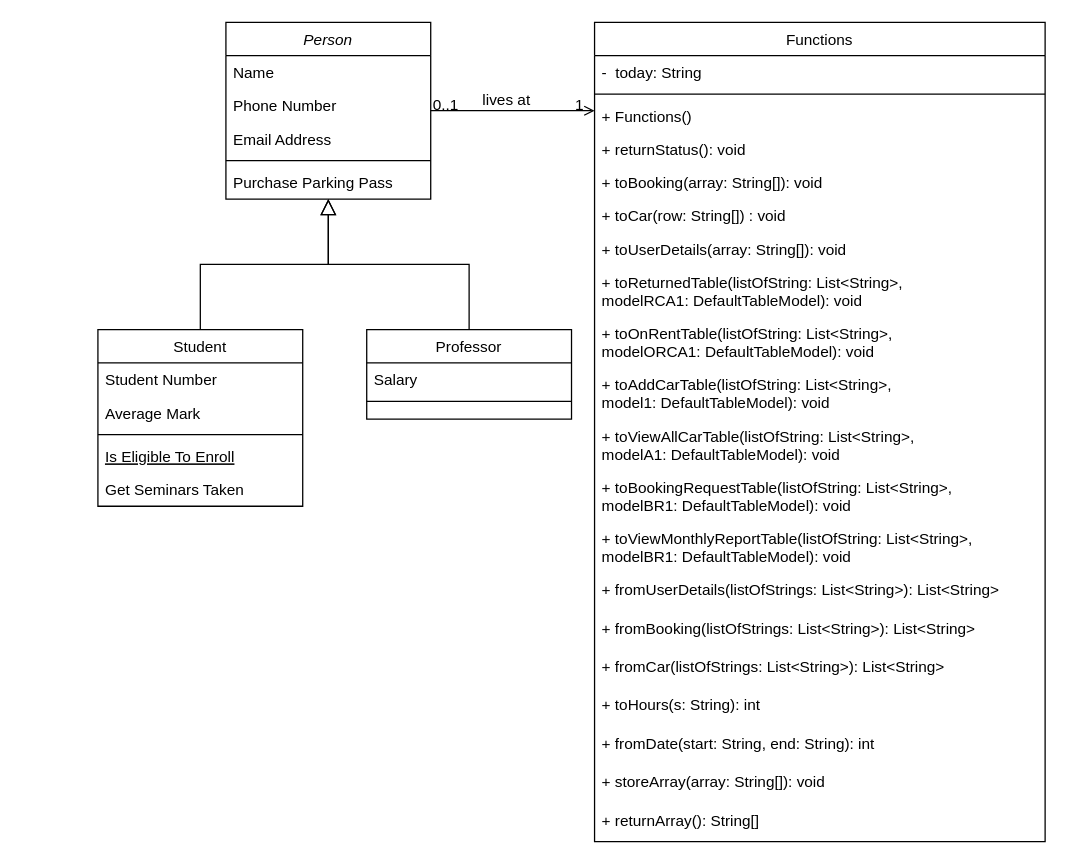
theblurone0329/Car_Rental_System keeps this draw.io diagram as Class Diagram.drawio. Above is the earlier version. Source tidied: cells renumbered, new cells numbered last; positions are measured from the earlier drawing's top-left corner, leaving out a move shared by most shapes. Both pictures are drawn from the tidied source at 128%, with x=0, y=0 at pixel (97, 22).
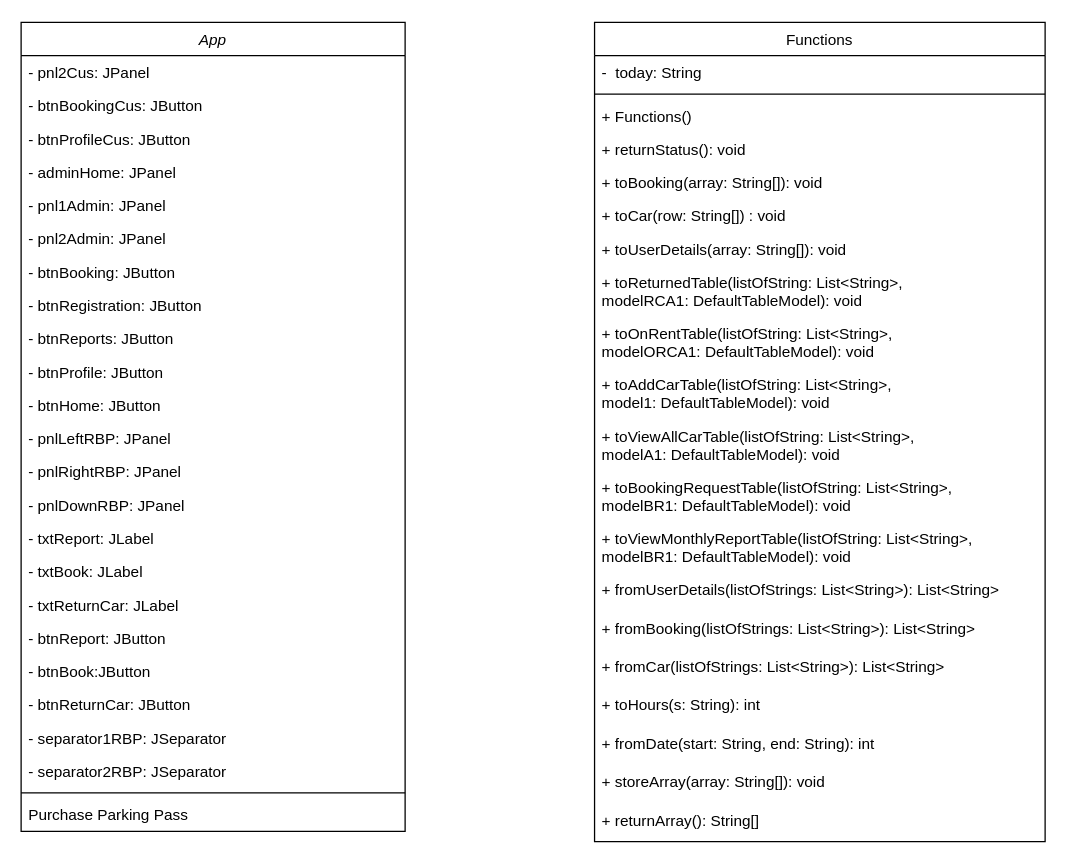
The same page after the edit.

Unchanged cells that the change refers to:
```xml
<mxCell id="19" value="Functions" style="swimlane;fontStyle=0;align=center;verticalAlign=top;horizontal=1;startSize=26;rounded=0;shadow=0;strokeWidth=1;" parent="1" vertex="1">
  <mxGeometry x="388" width="352" height="640" as="geometry" />
</mxCell>
```

Change to the diagram source:
```diff
@@
-    <mxCell id="2" value="Person" style="swimlane;fontStyle=2;align=center;verticalAlign=top;horizontal=1;startSize=26;rounded=0;shadow=0;strokeWidth=1;" parent="1" vertex="1">
-      <mxGeometry x="100" width="160" height="138" as="geometry" />
+    <mxCell id="2" value="App" style="swimlane;fontStyle=2;align=center;verticalAlign=top;horizontal=1;startSize=26;rounded=0;shadow=0;strokeWidth=1;" parent="1" vertex="1">
+      <mxGeometry x="-60" width="300" height="632" as="geometry" />
     </mxCell>
-    <mxCell id="3" value="Name" style="text;align=left;verticalAlign=top;spacingLeft=4;spacingRight=4;overflow=hidden;" parent="2" vertex="1">
-      <mxGeometry y="26" width="160" height="26" as="geometry" />
+    <mxCell id="3" value="- pnl2Cus: JPanel" style="text;align=left;verticalAlign=top;spacingLeft=4;spacingRight=4;overflow=hidden;" parent="2" vertex="1">
+      <mxGeometry y="26" width="300" height="26" as="geometry" />
     </mxCell>
-    <mxCell id="4" value="Phone Number" style="text;align=left;verticalAlign=top;spacingLeft=4;spacingRight=4;overflow=hidden;rounded=0;shadow=0;html=0;" parent="2" vertex="1">
-      <mxGeometry y="52" width="160" height="26" as="geometry" />
+    <mxCell id="4" value="- btnBookingCus: JButton" style="text;align=left;verticalAlign=top;spacingLeft=4;spacingRight=4;overflow=hidden;rounded=0;shadow=0;html=0;" parent="2" vertex="1">
+      <mxGeometry y="52" width="300" height="26" as="geometry" />
     </mxCell>
-    <mxCell id="5" value="Email Address" style="text;align=left;verticalAlign=top;spacingLeft=4;spacingRight=4;overflow=hidden;rounded=0;shadow=0;html=0;" parent="2" vertex="1">
-      <mxGeometry y="78" width="160" height="26" as="geometry" />
+    <mxCell id="5" value="- btnProfileCus: JButton" style="text;align=left;verticalAlign=top;spacingLeft=4;spacingRight=4;overflow=hidden;rounded=0;shadow=0;html=0;" parent="2" vertex="1">
+      <mxGeometry y="78" width="300" height="26" as="geometry" />
     </mxCell>
+    <mxCell id="44" value="- adminHome: JPanel" style="text;align=left;verticalAlign=top;spacingLeft=4;spacingRight=4;overflow=hidden;rounded=0;shadow=0;html=0;" parent="2" vertex="1">
+      <mxGeometry y="104" width="300" height="26" as="geometry" />
+    </mxCell>
+    <mxCell id="45" value="- pnl1Admin: JPanel" style="text;align=left;verticalAlign=top;spacingLeft=4;spacingRight=4;overflow=hidden;rounded=0;shadow=0;html=0;" parent="2" vertex="1">
+      <mxGeometry y="130" width="300" height="26" as="geometry" />
+    </mxCell>
+    <mxCell id="46" value="- pnl2Admin: JPanel" style="text;align=left;verticalAlign=top;spacingLeft=4;spacingRight=4;overflow=hidden;rounded=0;shadow=0;html=0;" parent="2" vertex="1">
+      <mxGeometry y="156" width="300" height="26" as="geometry" />
+    </mxCell>
+    <mxCell id="47" value="- btnBooking: JButton" style="text;align=left;verticalAlign=top;spacingLeft=4;spacingRight=4;overflow=hidden;rounded=0;shadow=0;html=0;" parent="2" vertex="1">
+      <mxGeometry y="182" width="300" height="26" as="geometry" />
+    </mxCell>
+    <mxCell id="48" value="- btnRegistration: JButton" style="text;align=left;verticalAlign=top;spacingLeft=4;spacingRight=4;overflow=hidden;rounded=0;shadow=0;html=0;" parent="2" vertex="1">
+      <mxGeometry y="208" width="300" height="26" as="geometry" />
+    </mxCell>
+    <mxCell id="49" value="- btnReports: JButton" style="text;align=left;verticalAlign=top;spacingLeft=4;spacingRight=4;overflow=hidden;rounded=0;shadow=0;html=0;" parent="2" vertex="1">
+      <mxGeometry y="234" width="300" height="26" as="geometry" />
+    </mxCell>
+    <mxCell id="50" value="- btnProfile: JButton" style="text;align=left;verticalAlign=top;spacingLeft=4;spacingRight=4;overflow=hidden;rounded=0;shadow=0;html=0;" parent="2" vertex="1">
+      <mxGeometry y="260" width="300" height="26" as="geometry" />
+    </mxCell>
+    <mxCell id="51" value="- btnHome: JButton" style="text;align=left;verticalAlign=top;spacingLeft=4;spacingRight=4;overflow=hidden;rounded=0;shadow=0;html=0;" parent="2" vertex="1">
+      <mxGeometry y="286" width="300" height="26" as="geometry" />
+    </mxCell>
+    <mxCell id="52" value="- pnlLeftRBP: JPanel" style="text;align=left;verticalAlign=top;spacingLeft=4;spacingRight=4;overflow=hidden;rounded=0;shadow=0;html=0;" parent="2" vertex="1">
+      <mxGeometry y="312" width="300" height="26" as="geometry" />
+    </mxCell>
+    <mxCell id="53" value="- pnlRightRBP: JPanel" style="text;align=left;verticalAlign=top;spacingLeft=4;spacingRight=4;overflow=hidden;rounded=0;shadow=0;html=0;" parent="2" vertex="1">
+      <mxGeometry y="338" width="300" height="26" as="geometry" />
+    </mxCell>
+    <mxCell id="54" value="- pnlDownRBP: JPanel" style="text;align=left;verticalAlign=top;spacingLeft=4;spacingRight=4;overflow=hidden;rounded=0;shadow=0;html=0;" parent="2" vertex="1">
+      <mxGeometry y="364" width="300" height="26" as="geometry" />
+    </mxCell>
+    <mxCell id="55" value="- txtReport: JLabel" style="text;align=left;verticalAlign=top;spacingLeft=4;spacingRight=4;overflow=hidden;rounded=0;shadow=0;html=0;" parent="2" vertex="1">
+      <mxGeometry y="390" width="300" height="26" as="geometry" />
+    </mxCell>
+    <mxCell id="56" value="- txtBook: JLabel" style="text;align=left;verticalAlign=top;spacingLeft=4;spacingRight=4;overflow=hidden;rounded=0;shadow=0;html=0;" parent="2" vertex="1">
+      <mxGeometry y="416" width="300" height="26" as="geometry" />
+    </mxCell>
+    <mxCell id="57" value="- txtReturnCar: JLabel" style="text;align=left;verticalAlign=top;spacingLeft=4;spacingRight=4;overflow=hidden;rounded=0;shadow=0;html=0;" parent="2" vertex="1">
+      <mxGeometry y="442" width="300" height="26" as="geometry" />
+    </mxCell>
+    <mxCell id="58" value="- btnReport: JButton" style="text;align=left;verticalAlign=top;spacingLeft=4;spacingRight=4;overflow=hidden;rounded=0;shadow=0;html=0;" parent="2" vertex="1">
+      <mxGeometry y="468" width="300" height="26" as="geometry" />
+    </mxCell>
+    <mxCell id="59" value="- btnBook:JButton" style="text;align=left;verticalAlign=top;spacingLeft=4;spacingRight=4;overflow=hidden;rounded=0;shadow=0;html=0;" parent="2" vertex="1">
+      <mxGeometry y="494" width="300" height="26" as="geometry" />
+    </mxCell>
+    <mxCell id="60" value="- btnReturnCar: JButton" style="text;align=left;verticalAlign=top;spacingLeft=4;spacingRight=4;overflow=hidden;rounded=0;shadow=0;html=0;" parent="2" vertex="1">
+      <mxGeometry y="520" width="300" height="26" as="geometry" />
+    </mxCell>
+    <mxCell id="61" value="- separator1RBP: JSeparator" style="text;align=left;verticalAlign=top;spacingLeft=4;spacingRight=4;overflow=hidden;rounded=0;shadow=0;html=0;" parent="2" vertex="1">
+      <mxGeometry y="546" width="300" height="26" as="geometry" />
+    </mxCell>
+    <mxCell id="62" value="- separator2RBP: JSeparator" style="text;align=left;verticalAlign=top;spacingLeft=4;spacingRight=4;overflow=hidden;rounded=0;shadow=0;html=0;" parent="2" vertex="1">
+      <mxGeometry y="572" width="300" height="26" as="geometry" />
+    </mxCell>
     <mxCell id="6" style="line;html=1;strokeWidth=1;align=left;verticalAlign=middle;spacingTop=-1;spacingLeft=3;spacingRight=3;labelPosition=right;" parent="2" vertex="1">
-      <mxGeometry y="104" width="160" height="8" as="geometry" />
+      <mxGeometry y="598" width="300" height="8" as="geometry" />
     </mxCell>
     <mxCell id="7" value="Purchase Parking Pass" style="text;align=left;verticalAlign=top;spacingLeft=4;spacingRight=4;overflow=hidden;" parent="2" vertex="1">
-      <mxGeometry y="112" width="160" height="26" as="geometry" />
+      <mxGeometry y="606" width="300" height="26" as="geometry" />
     </mxCell>
-    <mxCell id="8" value="Student" style="swimlane;fontStyle=0;align=center;verticalAlign=top;horizontal=1;startSize=26;rounded=0;shadow=0;strokeWidth=1;" parent="1" vertex="1">
-      <mxGeometry y="240" width="160" height="138" as="geometry" />
-    </mxCell>
-    <mxCell id="9" value="Student Number" style="text;align=left;verticalAlign=top;spacingLeft=4;spacingRight=4;overflow=hidden;" parent="8" vertex="1">
-      <mxGeometry y="26" width="160" height="26" as="geometry" />
-    </mxCell>
-    <mxCell id="10" value="Average Mark" style="text;align=left;verticalAlign=top;spacingLeft=4;spacingRight=4;overflow=hidden;rounded=0;shadow=0;html=0;" parent="8" vertex="1">
-      <mxGeometry y="52" width="160" height="26" as="geometry" />
-    </mxCell>
-    <mxCell id="11" style="line;html=1;strokeWidth=1;align=left;verticalAlign=middle;spacingTop=-1;spacingLeft=3;spacingRight=3;labelPosition=right;" parent="8" vertex="1">
-      <mxGeometry y="78" width="160" height="8" as="geometry" />
-    </mxCell>
-    <mxCell id="12" value="Is Eligible To Enroll" style="text;align=left;verticalAlign=top;spacingLeft=4;spacingRight=4;overflow=hidden;fontStyle=4;" parent="8" vertex="1">
-      <mxGeometry y="86" width="160" height="26" as="geometry" />
-    </mxCell>
-    <mxCell id="13" value="Get Seminars Taken" style="text;align=left;verticalAlign=top;spacingLeft=4;spacingRight=4;overflow=hidden;" parent="8" vertex="1">
-      <mxGeometry y="112" width="160" height="26" as="geometry" />
-    </mxCell>
-    <mxCell id="14" style="endArrow=block;endSize=10;endFill=0;shadow=0;strokeWidth=1;rounded=0;edgeStyle=elbowEdgeStyle;elbow=vertical;" parent="1" edge="1" source="8" target="2">
-      <mxGeometry relative="1" as="geometry" />
-    </mxCell>
-    <mxCell id="15" value="Professor" style="swimlane;fontStyle=0;align=center;verticalAlign=top;horizontal=1;startSize=26;rounded=0;shadow=0;strokeWidth=1;" parent="1" vertex="1">
-      <mxGeometry x="210" y="240" width="160" height="70" as="geometry" />
-    </mxCell>
-    <mxCell id="16" value="Salary" style="text;align=left;verticalAlign=top;spacingLeft=4;spacingRight=4;overflow=hidden;" parent="15" vertex="1">
-      <mxGeometry y="26" width="160" height="26" as="geometry" />
-    </mxCell>
-    <mxCell id="17" style="line;html=1;strokeWidth=1;align=left;verticalAlign=middle;spacingTop=-1;spacingLeft=3;spacingRight=3;labelPosition=right;" parent="15" vertex="1">
-      <mxGeometry y="52" width="160" height="8" as="geometry" />
-    </mxCell>
-    <mxCell id="18" style="endArrow=block;endSize=10;endFill=0;shadow=0;strokeWidth=1;rounded=0;edgeStyle=elbowEdgeStyle;elbow=vertical;" parent="1" edge="1" source="15" target="2">
-      <mxGeometry relative="1" as="geometry" />
-    </mxCell>
@@
-    <mxCell id="40" style="endArrow=open;shadow=0;strokeWidth=1;rounded=0;endFill=1;edgeStyle=elbowEdgeStyle;elbow=vertical;" parent="1" edge="1" source="2" target="19">
-      <mxGeometry x="0.5" y="41" relative="1" as="geometry">
-        <mxPoint x="-40" y="32" as="offset" />
-      </mxGeometry>
-    </mxCell>
-    <mxCell id="41" value="0..1" style="align=left;verticalAlign=bottom;labelBackgroundColor=none;fontSize=12;" parent="40" vertex="1">
-      <mxGeometry x="-1" relative="1" as="geometry">
-        <mxPoint y="4" as="offset" />
-      </mxGeometry>
-    </mxCell>
-    <mxCell id="42" value="1" style="align=right;verticalAlign=bottom;labelBackgroundColor=none;fontSize=12;" parent="40" vertex="1">
-      <mxGeometry x="1" relative="1" as="geometry">
-        <mxPoint x="-7" y="4" as="offset" />
-      </mxGeometry>
-    </mxCell>
-    <mxCell id="43" value="lives at" style="text;html=1;align=center;verticalAlign=middle;labelBackgroundColor=none;rounded=0;shadow=0;strokeWidth=1;fontSize=12;" parent="40" vertex="1">
-      <mxGeometry x="0.5" y="49" relative="1" as="geometry">
-        <mxPoint x="-38" y="40" as="offset" />
-      </mxGeometry>
-    </mxCell>
```
